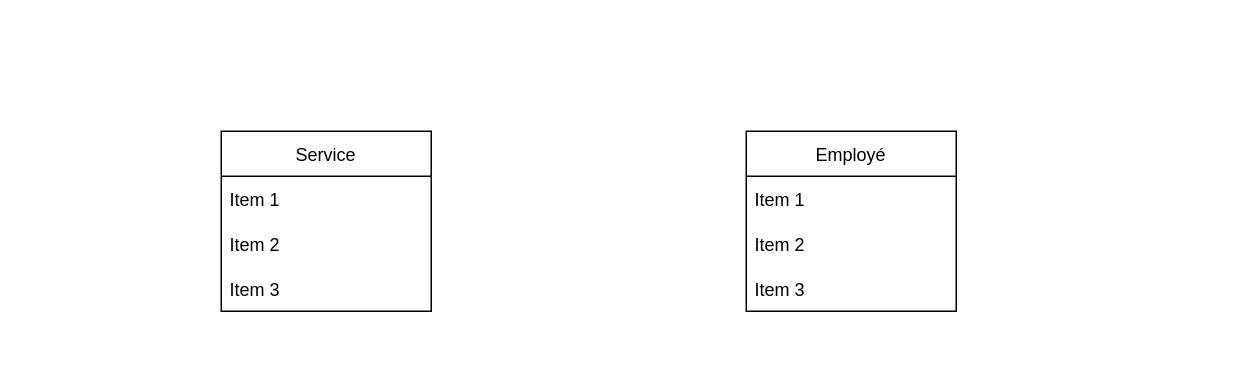
Earlier version of the draw.io diagram jour1/04-mcd1.drawio (webdevproformation/conception-bdd-doranco-dec2022). Source tidied: cells renumbered, new cells numbered last; positions are measured from the earlier drawing's top-left corner, leaving out a move shared by most shapes. Both pictures are drawn from the tidied source at 150%, with x=0, y=0 at pixel (220, 130).
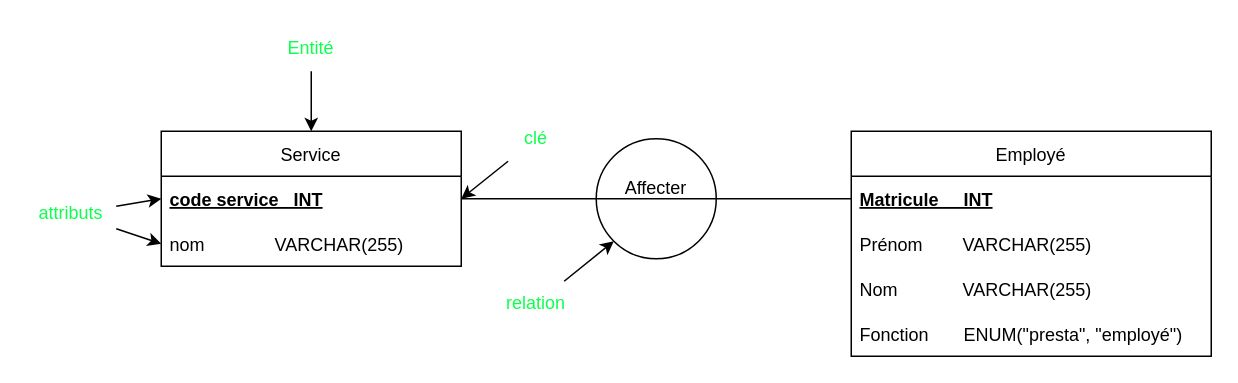
The same page after the edit.

Commit message (it also covers changes not shown here):
convention de nommage

Change to the diagram source:
```diff
@@
     <mxCell id="2" value="Service" style="swimlane;fontStyle=0;horizontal=1;startSize=30;" parent="1" vertex="1">
-      <mxGeometry width="140" height="120" as="geometry" />
+      <mxGeometry x="-40" width="200" height="90" as="geometry" />
     </mxCell>
-    <mxCell id="3" value="Item 1" style="text;strokeColor=none;fillColor=none;align=left;verticalAlign=middle;spacingLeft=4;spacingRight=4;overflow=hidden;points=[[0,0.5],[1,0.5]];portConstraint=eastwest;" parent="2" vertex="1">
-      <mxGeometry y="30" width="140" height="30" as="geometry" />
+    <mxCell id="3" value="code service   INT" style="text;strokeColor=none;fillColor=none;align=left;verticalAlign=middle;spacingLeft=4;spacingRight=4;overflow=hidden;points=[[0,0.5],[1,0.5]];portConstraint=eastwest;fontStyle=5;" parent="2" vertex="1">
+      <mxGeometry y="30" width="200" height="30" as="geometry" />
     </mxCell>
-    <mxCell id="4" value="Item 2" style="text;strokeColor=none;fillColor=none;align=left;verticalAlign=middle;spacingLeft=4;spacingRight=4;overflow=hidden;points=[[0,0.5],[1,0.5]];portConstraint=eastwest;" parent="2" vertex="1">
-      <mxGeometry y="60" width="140" height="30" as="geometry" />
+    <mxCell id="4" value="nom              VARCHAR(255)" style="text;strokeColor=none;fillColor=none;align=left;verticalAlign=middle;spacingLeft=4;spacingRight=4;overflow=hidden;points=[[0,0.5],[1,0.5]];portConstraint=eastwest;" parent="2" vertex="1">
+      <mxGeometry y="60" width="200" height="30" as="geometry" />
     </mxCell>
-    <mxCell id="5" value="Item 3" style="text;strokeColor=none;fillColor=none;align=left;verticalAlign=middle;spacingLeft=4;spacingRight=4;overflow=hidden;" parent="2" vertex="1">
-      <mxGeometry y="90" width="140" height="30" as="geometry" />
-    </mxCell>
     <mxCell id="6" value="Employé" style="swimlane;fontStyle=0;horizontal=1;startSize=30;" parent="1" vertex="1">
-      <mxGeometry x="350" width="140" height="120" as="geometry" />
+      <mxGeometry x="420" width="240" height="150" as="geometry" />
     </mxCell>
-    <mxCell id="7" value="Item 1" style="text;strokeColor=none;fillColor=none;align=left;verticalAlign=middle;spacingLeft=4;spacingRight=4;overflow=hidden;points=[[0,0.5],[1,0.5]];portConstraint=eastwest;" parent="6" vertex="1">
-      <mxGeometry y="30" width="140" height="30" as="geometry" />
+    <mxCell id="7" value="Matricule     INT" style="text;strokeColor=none;fillColor=none;align=left;verticalAlign=middle;spacingLeft=4;spacingRight=4;overflow=hidden;points=[[0,0.5],[1,0.5]];portConstraint=eastwest;fontStyle=5;" parent="6" vertex="1">
+      <mxGeometry y="30" width="240" height="30" as="geometry" />
     </mxCell>
-    <mxCell id="8" value="Item 2" style="text;strokeColor=none;fillColor=none;align=left;verticalAlign=middle;spacingLeft=4;spacingRight=4;overflow=hidden;" parent="6" vertex="1">
-      <mxGeometry y="60" width="140" height="30" as="geometry" />
+    <mxCell id="8" value="Prénom        VARCHAR(255)" style="text;strokeColor=none;fillColor=none;align=left;verticalAlign=middle;spacingLeft=4;spacingRight=4;overflow=hidden;" parent="6" vertex="1">
+      <mxGeometry y="60" width="240" height="30" as="geometry" />
     </mxCell>
-    <mxCell id="9" value="Item 3" style="text;strokeColor=none;fillColor=none;align=left;verticalAlign=middle;spacingLeft=4;spacingRight=4;overflow=hidden;" parent="6" vertex="1">
-      <mxGeometry y="90" width="140" height="30" as="geometry" />
+    <mxCell id="9" value="Nom             VARCHAR(255)" style="text;strokeColor=none;fillColor=none;align=left;verticalAlign=middle;spacingLeft=4;spacingRight=4;overflow=hidden;" parent="6" vertex="1">
+      <mxGeometry y="90" width="240" height="30" as="geometry" />
     </mxCell>
+    <mxCell id="10" value="Fonction       ENUM(&quot;presta&quot;, &quot;employé&quot;)" style="text;strokeColor=none;fillColor=none;align=left;verticalAlign=middle;spacingLeft=4;spacingRight=4;overflow=hidden;" parent="6" vertex="1">
+      <mxGeometry y="120" width="240" height="30" as="geometry" />
+    </mxCell>
+    <mxCell id="11" value="Affecter&lt;br&gt;&lt;br&gt;" style="ellipse;whiteSpace=wrap;html=1;" parent="1" vertex="1">
+      <mxGeometry x="250" y="5" width="80" height="80" as="geometry" />
+    </mxCell>
+    <mxCell id="12" style="endArrow=none;html=1;exitX=1;exitY=0.5;exitDx=0;exitDy=0;entryX=0;entryY=0.5;entryDx=0;entryDy=0;" parent="1" edge="1" source="3" target="7">
+      <mxGeometry relative="1" as="geometry" />
+    </mxCell>
+    <mxCell id="13" style="edgeStyle=none;html=1;entryX=0.5;entryY=0;entryDx=0;entryDy=0;fontColor=#0DFF4D;" parent="1" edge="1" source="14" target="2">
+      <mxGeometry relative="1" as="geometry" />
+    </mxCell>
+    <mxCell id="14" value="&lt;font color=&quot;#0dff4d&quot;&gt;Entité&lt;/font&gt;" style="text;html=1;strokeColor=none;fillColor=none;align=center;verticalAlign=middle;whiteSpace=wrap;rounded=0;" parent="1" vertex="1">
+      <mxGeometry x="30" y="-70" width="60" height="30" as="geometry" />
+    </mxCell>
+    <mxCell id="15" style="edgeStyle=none;html=1;entryX=0;entryY=0.5;entryDx=0;entryDy=0;fontColor=#0DFF4D;" parent="1" edge="1" source="17" target="3">
+      <mxGeometry relative="1" as="geometry" />
+    </mxCell>
+    <mxCell id="16" style="edgeStyle=none;html=1;entryX=0;entryY=0.5;entryDx=0;entryDy=0;fontColor=#0DFF4D;" parent="1" edge="1" source="17" target="4">
+      <mxGeometry relative="1" as="geometry" />
+    </mxCell>
+    <mxCell id="17" value="&lt;font color=&quot;#0dff4d&quot;&gt;attributs&lt;/font&gt;" style="text;html=1;strokeColor=none;fillColor=none;align=center;verticalAlign=middle;whiteSpace=wrap;rounded=0;" parent="1" vertex="1">
+      <mxGeometry x="-130" y="40" width="60" height="30" as="geometry" />
+    </mxCell>
+    <mxCell id="18" style="edgeStyle=none;html=1;entryX=1;entryY=0.5;entryDx=0;entryDy=0;fontColor=#0DFF4D;" parent="1" edge="1" source="19" target="3">
+      <mxGeometry relative="1" as="geometry" />
+    </mxCell>
+    <mxCell id="19" value="&lt;font color=&quot;#0dff4d&quot;&gt;clé&lt;/font&gt;" style="text;html=1;strokeColor=none;fillColor=none;align=center;verticalAlign=middle;whiteSpace=wrap;rounded=0;" parent="1" vertex="1">
+      <mxGeometry x="180" y="-10" width="60" height="30" as="geometry" />
+    </mxCell>
+    <mxCell id="20" style="edgeStyle=none;html=1;entryX=0;entryY=1;entryDx=0;entryDy=0;fontColor=#0DFF4D;" parent="1" edge="1" source="21" target="11">
+      <mxGeometry relative="1" as="geometry" />
+    </mxCell>
+    <mxCell id="21" value="&lt;font color=&quot;#0dff4d&quot;&gt;relation&lt;/font&gt;" style="text;html=1;strokeColor=none;fillColor=none;align=center;verticalAlign=middle;whiteSpace=wrap;rounded=0;" parent="1" vertex="1">
+      <mxGeometry x="180" y="100" width="60" height="30" as="geometry" />
+    </mxCell>
```
